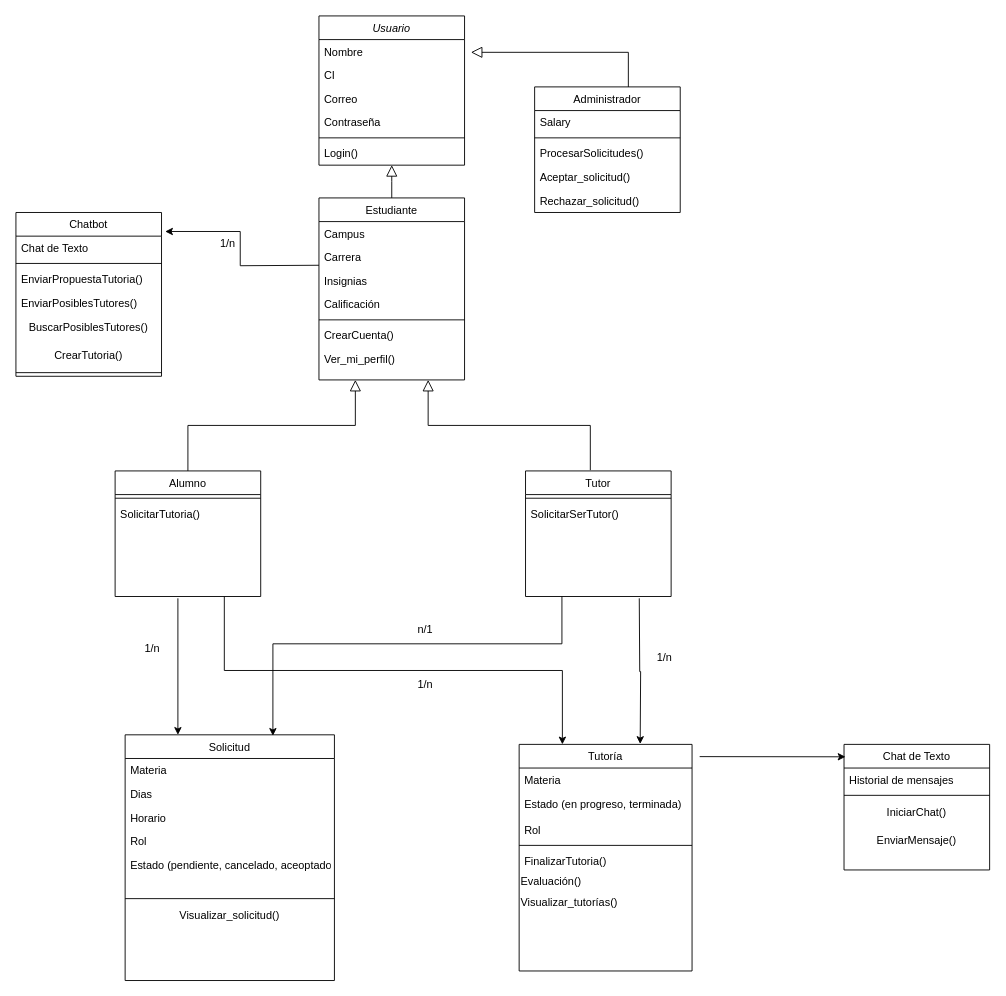
Earlier version of the draw.io diagram diagrama_de_clases_se1 (1).drawio (TP-SE1/TP_SOS-UC). Source tidied: cells renumbered, new cells numbered last; positions are measured from the earlier drawing's top-left corner, leaving out a move shared by most shapes. Both pictures are drawn from the tidied source at 91%, with x=0, y=0 at pixel (15, 15).
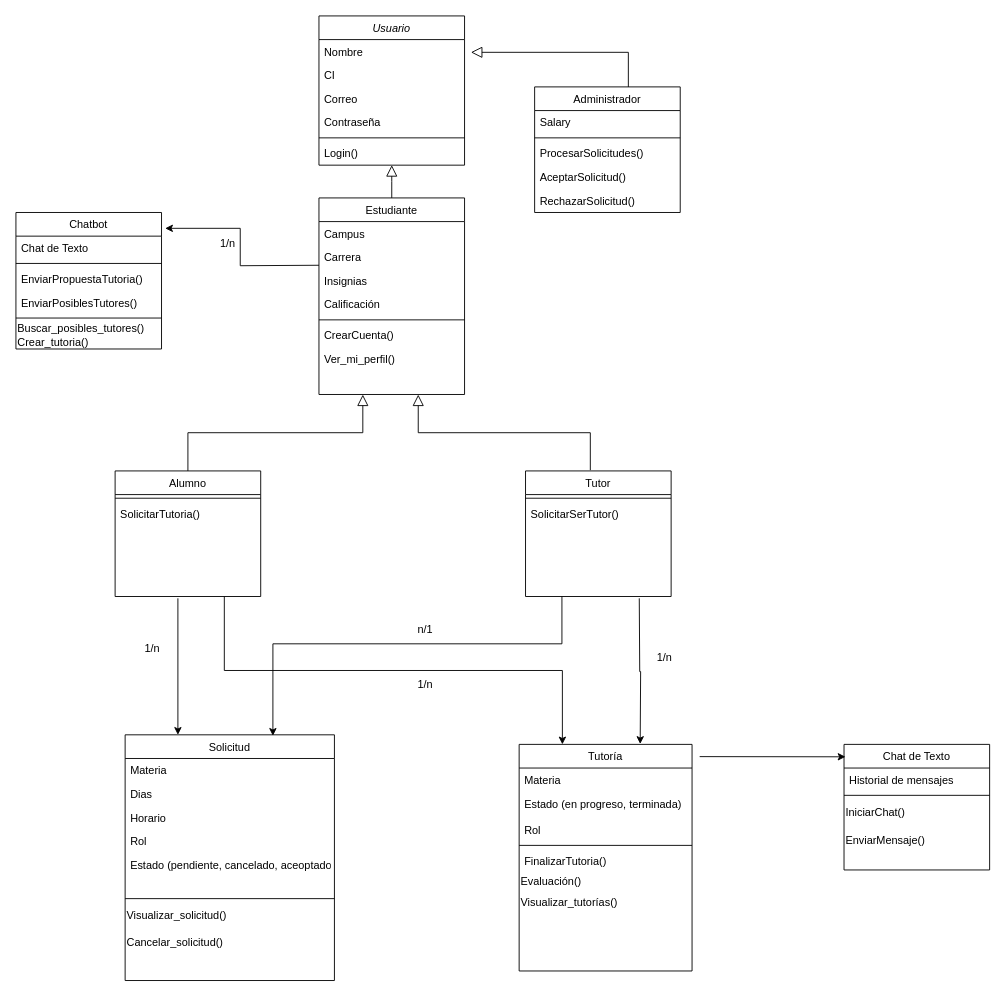
Above is the later version.

The change refers to these unchanged cells:
```xml
<mxCell id="18" value="Administrador" style="swimlane;fontStyle=0;align=center;verticalAlign=top;horizontal=1;startSize=26;rounded=0;shadow=0;strokeWidth=1;" parent="1" vertex="1">
  <mxGeometry x="570" y="78" width="160" height="138" as="geometry" />
</mxCell>
<mxCell id="25" value="Alumno" style="swimlane;fontStyle=0;align=center;verticalAlign=top;horizontal=1;startSize=26;rounded=0;shadow=0;strokeWidth=1;" parent="1" vertex="1">
  <mxGeometry x="109" y="500" width="160" height="138" as="geometry" />
</mxCell>
<mxCell id="28" value="Tutor" style="swimlane;fontStyle=0;align=center;verticalAlign=top;horizontal=1;startSize=26;rounded=0;shadow=0;strokeWidth=1;" parent="1" vertex="1">
  <mxGeometry x="560" y="500" width="160" height="138" as="geometry" />
</mxCell>
<mxCell id="49" value="Chat de Texto" style="swimlane;fontStyle=0;align=center;verticalAlign=top;horizontal=1;startSize=26;rounded=0;shadow=0;strokeWidth=1;" parent="1" vertex="1">
  <mxGeometry x="910" y="800.5" width="160" height="138" as="geometry" />
</mxCell>
<mxCell id="55" value="Solicitud" style="swimlane;fontStyle=0;align=center;verticalAlign=top;horizontal=1;startSize=26;rounded=0;shadow=0;strokeWidth=1;" parent="1" vertex="1">
  <mxGeometry x="120" y="790" width="230" height="270" as="geometry" />
</mxCell>
```

What changed in the source:
```diff
@@
     <mxCell id="9" value="Estudiante" style="swimlane;fontStyle=0;align=center;verticalAlign=top;horizontal=1;startSize=26;rounded=0;shadow=0;strokeWidth=1;" parent="1" vertex="1">
-      <mxGeometry x="333" y="200" width="160" height="200" as="geometry" />
+      <mxGeometry x="333" y="200" width="160" height="216" as="geometry" />
     </mxCell>
@@
-    <mxCell id="22" value="Aceptar_solicitud()" style="text;align=left;verticalAlign=top;spacingLeft=4;spacingRight=4;overflow=hidden;" parent="18" vertex="1">
+    <mxCell id="22" value="AceptarSolicitud()" style="text;align=left;verticalAlign=top;spacingLeft=4;spacingRight=4;overflow=hidden;" parent="18" vertex="1">
       <mxGeometry y="86" width="160" height="26" as="geometry" />
     </mxCell>
-    <mxCell id="23" value="Rechazar_solicitud()" style="text;align=left;verticalAlign=top;spacingLeft=4;spacingRight=4;overflow=hidden;" parent="18" vertex="1">
+    <mxCell id="23" value="RechazarSolicitud()" style="text;align=left;verticalAlign=top;spacingLeft=4;spacingRight=4;overflow=hidden;" parent="18" vertex="1">
       <mxGeometry y="112" width="160" height="26" as="geometry" />
     </mxCell>
@@
-    <mxCell id="39" style="endArrow=block;endSize=10;endFill=0;shadow=0;strokeWidth=1;rounded=0;edgeStyle=elbowEdgeStyle;elbow=vertical;exitX=0.5;exitY=0;exitDx=0;exitDy=0;entryX=0.25;entryY=1;entryDx=0;entryDy=0;" parent="1" edge="1" source="25" target="9">
-      <mxGeometry relative="1" as="geometry" />
+    <mxCell id="39" style="endArrow=block;endSize=10;endFill=0;shadow=0;strokeWidth=1;rounded=0;edgeStyle=elbowEdgeStyle;elbow=vertical;exitX=0.5;exitY=0;exitDx=0;exitDy=0;entryX=0.301;entryY=1.003;entryDx=0;entryDy=0;entryPerimeter=0;" parent="1" edge="1" source="25">
+      <mxGeometry relative="1" as="geometry">
+        <mxPoint x="381.2" y="416.1" as="targetPoint" />
+      </mxGeometry>
     </mxCell>
-    <mxCell id="40" style="endArrow=block;endSize=10;endFill=0;shadow=0;strokeWidth=1;rounded=0;edgeStyle=elbowEdgeStyle;elbow=vertical;exitX=0.445;exitY=-0.006;exitDx=0;exitDy=0;exitPerimeter=0;entryX=0.75;entryY=1;entryDx=0;entryDy=0;" parent="1" edge="1" source="28" target="9">
-      <mxGeometry relative="1" as="geometry" />
+    <mxCell id="40" style="endArrow=block;endSize=10;endFill=0;shadow=0;strokeWidth=1;rounded=0;edgeStyle=elbowEdgeStyle;elbow=vertical;exitX=0.445;exitY=-0.006;exitDx=0;exitDy=0;exitPerimeter=0;entryX=0.682;entryY=1.003;entryDx=0;entryDy=0;entryPerimeter=0;" parent="1" edge="1" source="28">
+      <mxGeometry relative="1" as="geometry">
+        <mxPoint x="442.1" y="416.1" as="targetPoint" />
+      </mxGeometry>
     </mxCell>
     <mxCell id="41" value="Chatbot" style="swimlane;fontStyle=0;align=center;verticalAlign=top;horizontal=1;startSize=26;rounded=0;shadow=0;strokeWidth=1;" parent="1" vertex="1">
-      <mxGeometry y="216" width="160" height="180" as="geometry" />
+      <mxGeometry y="216" width="160" height="150" as="geometry" />
     </mxCell>
@@
+    <mxCell id="48" style="line;html=1;strokeWidth=1;align=left;verticalAlign=middle;spacingTop=-1;spacingLeft=3;spacingRight=3;labelPosition=right;" parent="41" vertex="1">
+      <mxGeometry y="112" width="160" height="8" as="geometry" />
+    </mxCell>
-    <mxCell id="46" value="BuscarPosiblesTutores()" style="text;html=1;strokeColor=none;fillColor=none;align=center;verticalAlign=middle;whiteSpace=wrap;rounded=0;" parent="41" vertex="1">
-      <mxGeometry y="112" width="160" height="30" as="geometry" />
+    <mxCell id="46" value="Buscar_posibles_tutores()&lt;br&gt;Crear_tutoria()" style="text;html=1;strokeColor=none;fillColor=none;align=left;verticalAlign=middle;whiteSpace=wrap;rounded=0;" parent="41" vertex="1">
+      <mxGeometry y="120" width="160" height="30" as="geometry" />
     </mxCell>
-    <mxCell id="47" value="CrearTutoria()" style="text;html=1;strokeColor=none;fillColor=none;align=center;verticalAlign=middle;whiteSpace=wrap;rounded=0;" parent="41" vertex="1">
-      <mxGeometry y="142" width="160" height="30" as="geometry" />
-    </mxCell>
-    <mxCell id="48" style="line;html=1;strokeWidth=1;align=left;verticalAlign=middle;spacingTop=-1;spacingLeft=3;spacingRight=3;labelPosition=right;" parent="41" vertex="1">
-      <mxGeometry y="172" width="160" height="8" as="geometry" />
-    </mxCell>
@@
-    <mxCell id="52" value="IniciarChat()" style="text;html=1;strokeColor=none;fillColor=none;align=center;verticalAlign=middle;whiteSpace=wrap;rounded=0;" parent="49" vertex="1">
+    <mxCell id="52" value="IniciarChat()" style="text;html=1;strokeColor=none;fillColor=none;align=left;verticalAlign=middle;whiteSpace=wrap;rounded=0;" parent="49" vertex="1">
       <mxGeometry y="60" width="160" height="30" as="geometry" />
     </mxCell>
-    <mxCell id="53" value="EnviarMensaje()" style="text;html=1;strokeColor=none;fillColor=none;align=center;verticalAlign=middle;whiteSpace=wrap;rounded=0;" parent="49" vertex="1">
+    <mxCell id="53" value="EnviarMensaje()" style="text;html=1;strokeColor=none;fillColor=none;align=left;verticalAlign=middle;whiteSpace=wrap;rounded=0;" parent="49" vertex="1">
       <mxGeometry y="90" width="160" height="30" as="geometry" />
     </mxCell>
@@
-    <mxCell id="62" value="Visualizar_solicitud()" style="text;html=1;strokeColor=none;fillColor=none;align=center;verticalAlign=middle;whiteSpace=wrap;rounded=0;" parent="55" vertex="1">
+    <mxCell id="62" value="Visualizar_solicitud()" style="text;html=1;strokeColor=none;fillColor=none;align=left;verticalAlign=middle;whiteSpace=wrap;rounded=0;" parent="55" vertex="1">
       <mxGeometry y="184" width="230" height="30" as="geometry" />
     </mxCell>
+    <mxCell id="73" value="Cancelar_solicitud()" style="text;html=1;strokeColor=none;fillColor=none;align=left;verticalAlign=middle;whiteSpace=wrap;rounded=0;" parent="55" vertex="1">
+      <mxGeometry y="214" width="230" height="30" as="geometry" />
+    </mxCell>
```
